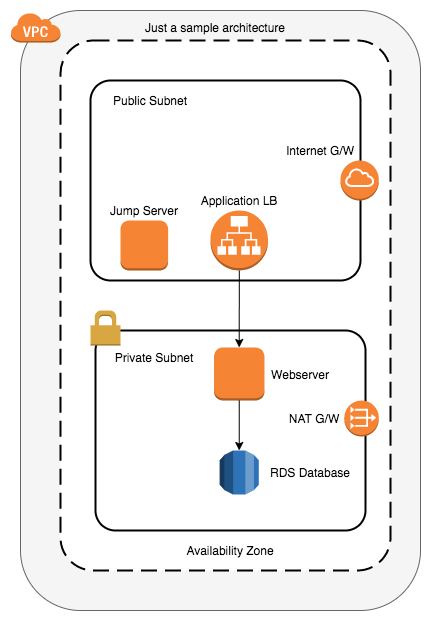
rohanpurekar/this-is-cloudformation keeps this draw.io diagram as sample-cf.png. Above is the earlier version. Source tidied: cells renumbered, new cells last; positions are measured from the earlier drawing's top-left corner, leaving out a move shared by most shapes. Its diagram source:
```xml
<mxGraphModel>
  <root>
    <mxCell id="0" />
    <mxCell id="1" parent="0" />
    <mxCell id="2" style="rounded=1;whiteSpace=wrap;html=1;fillColor=#f5f5f5;strokeColor=#666666;fontColor=#333333;" parent="1" vertex="1">
      <mxGeometry x="10" width="400" height="600" as="geometry" />
    </mxCell>
    <mxCell id="3" style="dashed=0;verticalLabelPosition=bottom;verticalAlign=top;align=center;html=1;shape=mxgraph.aws3.virtual_private_cloud;fillColor=#F58534;gradientColor=none;" parent="1" vertex="1">
      <mxGeometry y="2" width="50" height="30" as="geometry" />
    </mxCell>
    <mxCell id="4" style="rounded=1;arcSize=10;dashed=1;dashPattern=8 4;strokeWidth=2;" parent="1" vertex="1">
      <mxGeometry x="50" y="30" width="330" height="530" as="geometry" />
    </mxCell>
    <mxCell id="5" value="Availability Zone" style="text;html=1;strokeColor=none;fillColor=none;align=center;verticalAlign=middle;whiteSpace=wrap;rounded=0;" parent="1" vertex="1">
      <mxGeometry x="120" y="530" width="200" height="20" as="geometry" />
    </mxCell>
    <mxCell id="6" style="rounded=1;arcSize=10;dashed=0;fillColor=none;gradientColor=none;strokeWidth=2;" parent="1" vertex="1">
      <mxGeometry x="80" y="70" width="270" height="200" as="geometry" />
    </mxCell>
    <mxCell id="7" style="rounded=1;arcSize=10;dashed=0;fillColor=none;gradientColor=none;strokeWidth=2;" parent="1" vertex="1">
      <mxGeometry x="85" y="320" width="270" height="200" as="geometry" />
    </mxCell>
    <mxCell id="8" style="dashed=0;html=1;shape=mxgraph.aws3.permissions;fillColor=#D9A741;gradientColor=none;dashed=0;" parent="1" vertex="1">
      <mxGeometry x="80" y="300" width="30" height="35" as="geometry" />
    </mxCell>
    <mxCell id="9" style="outlineConnect=0;dashed=0;verticalLabelPosition=bottom;verticalAlign=top;align=center;html=1;shape=mxgraph.aws3.internet_gateway;fillColor=#F58534;gradientColor=none;" parent="1" vertex="1">
      <mxGeometry x="330" y="150" width="38.3" height="40" as="geometry" />
    </mxCell>
    <mxCell id="10" style="dashed=0;verticalLabelPosition=bottom;verticalAlign=top;align=center;html=1;shape=mxgraph.aws3.vpc_nat_gateway;fillColor=#F58534;gradientColor=none;" parent="1" vertex="1">
      <mxGeometry x="333.8" y="390" width="34.5" height="36" as="geometry" />
    </mxCell>
    <mxCell id="11" style="edgeStyle=orthogonalEdgeStyle;rounded=0;jettySize=auto;html=1;entryX=0.5;entryY=0;entryDx=0;entryDy=0;entryPerimeter=0;" parent="1" edge="1" source="12" target="15">
      <mxGeometry relative="1" as="geometry" />
    </mxCell>
    <mxCell id="12" style="outlineConnect=0;dashed=0;verticalLabelPosition=bottom;verticalAlign=top;align=center;html=1;shape=mxgraph.aws3.application_load_balancer;fillColor=#F58534;gradientColor=none;" parent="1" vertex="1">
      <mxGeometry x="200" y="200" width="57.5" height="60" as="geometry" />
    </mxCell>
    <mxCell id="13" style="dashed=0;verticalLabelPosition=bottom;verticalAlign=top;align=center;html=1;shape=mxgraph.aws3.instance;fillColor=#F58534;gradientColor=none;" parent="1" vertex="1">
      <mxGeometry x="110" y="210" width="47.6" height="50" as="geometry" />
    </mxCell>
    <mxCell id="14" style="edgeStyle=orthogonalEdgeStyle;rounded=0;jettySize=auto;html=1;" parent="1" edge="1" source="15" target="16">
      <mxGeometry relative="1" as="geometry" />
    </mxCell>
    <mxCell id="15" style="outlineConnect=0;dashed=0;verticalLabelPosition=bottom;verticalAlign=top;align=center;html=1;shape=mxgraph.aws3.instance;fillColor=#F58534;gradientColor=none;" parent="1" vertex="1">
      <mxGeometry x="203.5" y="337" width="50.5" height="53" as="geometry" />
    </mxCell>
    <mxCell id="16" style="outlineConnect=0;dashed=0;verticalLabelPosition=bottom;verticalAlign=top;align=center;html=1;shape=mxgraph.aws3.rds;fillColor=#2E73B8;gradientColor=none;" parent="1" vertex="1">
      <mxGeometry x="209.2" y="440" width="39.1" height="44" as="geometry" />
    </mxCell>
    <mxCell id="17" value="Public Subnet" style="text;html=1;strokeColor=none;fillColor=none;align=center;verticalAlign=middle;whiteSpace=wrap;rounded=0;" parent="1" vertex="1">
      <mxGeometry x="80" y="80" width="120" height="20" as="geometry" />
    </mxCell>
    <mxCell id="18" value="Private Subnet" style="text;html=1;strokeColor=none;fillColor=none;align=center;verticalAlign=middle;whiteSpace=wrap;rounded=0;" parent="1" vertex="1">
      <mxGeometry x="83.5" y="337" width="120" height="20" as="geometry" />
    </mxCell>
    <mxCell id="19" value="Webserver" style="text;html=1;strokeColor=none;fillColor=none;align=center;verticalAlign=middle;whiteSpace=wrap;rounded=0;" parent="1" vertex="1">
      <mxGeometry x="230" y="353.5" width="120" height="20" as="geometry" />
    </mxCell>
    <mxCell id="20" value="RDS Database" style="text;html=1;strokeColor=none;fillColor=none;align=center;verticalAlign=middle;whiteSpace=wrap;rounded=0;" parent="1" vertex="1">
      <mxGeometry x="240" y="452" width="120" height="20" as="geometry" />
    </mxCell>
    <mxCell id="21" value="Jump Server" style="text;html=1;strokeColor=none;fillColor=none;align=center;verticalAlign=middle;whiteSpace=wrap;rounded=0;" parent="1" vertex="1">
      <mxGeometry x="73.8" y="190" width="120" height="20" as="geometry" />
    </mxCell>
    <mxCell id="22" value="Application LB" style="text;html=1;strokeColor=none;fillColor=none;align=center;verticalAlign=middle;whiteSpace=wrap;rounded=0;" parent="1" vertex="1">
      <mxGeometry x="168.8" y="180" width="120" height="20" as="geometry" />
    </mxCell>
    <mxCell id="23" value="NAT G/W" style="text;html=1;strokeColor=none;fillColor=none;align=center;verticalAlign=middle;whiteSpace=wrap;rounded=0;" parent="1" vertex="1">
      <mxGeometry x="273.8" y="398" width="60" height="20" as="geometry" />
    </mxCell>
    <mxCell id="24" value="Internet G/W" style="text;html=1;strokeColor=none;fillColor=none;align=center;verticalAlign=middle;whiteSpace=wrap;rounded=0;" parent="1" vertex="1">
      <mxGeometry x="270" y="130" width="80" height="20" as="geometry" />
    </mxCell>
    <mxCell id="25" value="Just a sample architecture" style="text;html=1;strokeColor=none;fillColor=none;align=center;verticalAlign=middle;whiteSpace=wrap;rounded=0;" parent="1" vertex="1">
      <mxGeometry x="130" y="7" width="150" height="20" as="geometry" />
    </mxCell>
  </root>
</mxGraphModel>
```
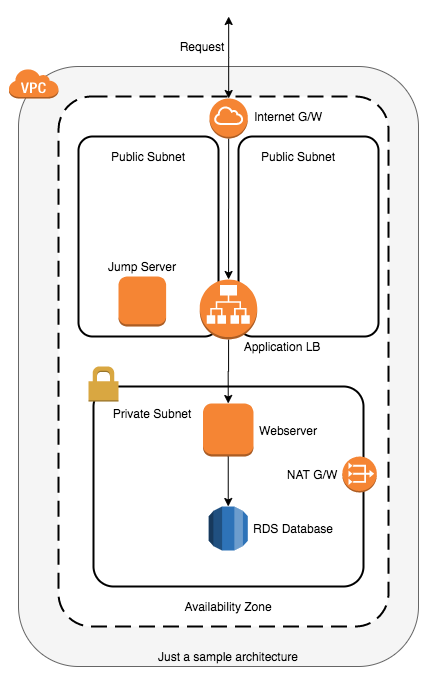
The same file after the commit.

Commit message:
Added a new architecture image according to the CF Stack

The edit, as a diff of the source:
```diff
@@ -15,7 +15,7 @@
       <mxGeometry x="120" y="530" width="200" height="20" as="geometry" />
     </mxCell>
     <mxCell id="6" style="rounded=1;arcSize=10;dashed=0;fillColor=none;gradientColor=none;strokeWidth=2;" parent="1" vertex="1">
-      <mxGeometry x="80" y="70" width="270" height="200" as="geometry" />
+      <mxGeometry x="70" y="70" width="140" height="200" as="geometry" />
     </mxCell>
     <mxCell id="7" style="rounded=1;arcSize=10;dashed=0;fillColor=none;gradientColor=none;strokeWidth=2;" parent="1" vertex="1">
       <mxGeometry x="85" y="320" width="270" height="200" as="geometry" />
@@ -23,8 +23,16 @@
     <mxCell id="8" style="dashed=0;html=1;shape=mxgraph.aws3.permissions;fillColor=#D9A741;gradientColor=none;dashed=0;" parent="1" vertex="1">
       <mxGeometry x="80" y="300" width="30" height="35" as="geometry" />
     </mxCell>
+    <mxCell id="26" style="edgeStyle=orthogonalEdgeStyle;rounded=0;jettySize=auto;html=1;" parent="1" edge="1" source="9" target="12">
+      <mxGeometry relative="1" as="geometry" />
+    </mxCell>
+    <mxCell id="27" style="edgeStyle=orthogonalEdgeStyle;rounded=0;jettySize=auto;html=1;startArrow=classic;startFill=1;" parent="1" edge="1" source="9">
+      <mxGeometry relative="1" as="geometry">
+        <mxPoint x="220.2" y="-50" as="targetPoint" />
+      </mxGeometry>
+    </mxCell>
     <mxCell id="9" style="outlineConnect=0;dashed=0;verticalLabelPosition=bottom;verticalAlign=top;align=center;html=1;shape=mxgraph.aws3.internet_gateway;fillColor=#F58534;gradientColor=none;" parent="1" vertex="1">
-      <mxGeometry x="330" y="150" width="38.3" height="40" as="geometry" />
+      <mxGeometry x="201" y="32" width="38.3" height="40" as="geometry" />
     </mxCell>
     <mxCell id="10" style="dashed=0;verticalLabelPosition=bottom;verticalAlign=top;align=center;html=1;shape=mxgraph.aws3.vpc_nat_gateway;fillColor=#F58534;gradientColor=none;" parent="1" vertex="1">
       <mxGeometry x="333.8" y="390" width="34.5" height="36" as="geometry" />
@@ -32,9 +40,6 @@
     <mxCell id="11" style="edgeStyle=orthogonalEdgeStyle;rounded=0;jettySize=auto;html=1;entryX=0.5;entryY=0;entryDx=0;entryDy=0;entryPerimeter=0;" parent="1" edge="1" source="12" target="15">
       <mxGeometry relative="1" as="geometry" />
     </mxCell>
-    <mxCell id="12" style="outlineConnect=0;dashed=0;verticalLabelPosition=bottom;verticalAlign=top;align=center;html=1;shape=mxgraph.aws3.application_load_balancer;fillColor=#F58534;gradientColor=none;" parent="1" vertex="1">
-      <mxGeometry x="200" y="200" width="57.5" height="60" as="geometry" />
-    </mxCell>
     <mxCell id="13" style="dashed=0;verticalLabelPosition=bottom;verticalAlign=top;align=center;html=1;shape=mxgraph.aws3.instance;fillColor=#F58534;gradientColor=none;" parent="1" vertex="1">
       <mxGeometry x="110" y="210" width="47.6" height="50" as="geometry" />
     </mxCell>
@@ -42,10 +47,10 @@
       <mxGeometry relative="1" as="geometry" />
     </mxCell>
     <mxCell id="15" style="outlineConnect=0;dashed=0;verticalLabelPosition=bottom;verticalAlign=top;align=center;html=1;shape=mxgraph.aws3.instance;fillColor=#F58534;gradientColor=none;" parent="1" vertex="1">
-      <mxGeometry x="203.5" y="337" width="50.5" height="53" as="geometry" />
+      <mxGeometry x="194.5" y="337" width="50.5" height="53" as="geometry" />
     </mxCell>
     <mxCell id="16" style="outlineConnect=0;dashed=0;verticalLabelPosition=bottom;verticalAlign=top;align=center;html=1;shape=mxgraph.aws3.rds;fillColor=#2E73B8;gradientColor=none;" parent="1" vertex="1">
-      <mxGeometry x="209.2" y="440" width="39.1" height="44" as="geometry" />
+      <mxGeometry x="200.2" y="440" width="39.1" height="44" as="geometry" />
     </mxCell>
     <mxCell id="17" value="Public Subnet" style="text;html=1;strokeColor=none;fillColor=none;align=center;verticalAlign=middle;whiteSpace=wrap;rounded=0;" parent="1" vertex="1">
       <mxGeometry x="80" y="80" width="120" height="20" as="geometry" />
@@ -54,25 +59,37 @@
       <mxGeometry x="83.5" y="337" width="120" height="20" as="geometry" />
     </mxCell>
     <mxCell id="19" value="Webserver" style="text;html=1;strokeColor=none;fillColor=none;align=center;verticalAlign=middle;whiteSpace=wrap;rounded=0;" parent="1" vertex="1">
-      <mxGeometry x="230" y="353.5" width="120" height="20" as="geometry" />
+      <mxGeometry x="240" y="353.5" width="80" height="20" as="geometry" />
     </mxCell>
     <mxCell id="20" value="RDS Database" style="text;html=1;strokeColor=none;fillColor=none;align=center;verticalAlign=middle;whiteSpace=wrap;rounded=0;" parent="1" vertex="1">
-      <mxGeometry x="240" y="452" width="120" height="20" as="geometry" />
+      <mxGeometry x="225" y="452" width="120" height="20" as="geometry" />
     </mxCell>
     <mxCell id="21" value="Jump Server" style="text;html=1;strokeColor=none;fillColor=none;align=center;verticalAlign=middle;whiteSpace=wrap;rounded=0;" parent="1" vertex="1">
       <mxGeometry x="73.8" y="190" width="120" height="20" as="geometry" />
     </mxCell>
     <mxCell id="22" value="Application LB" style="text;html=1;strokeColor=none;fillColor=none;align=center;verticalAlign=middle;whiteSpace=wrap;rounded=0;" parent="1" vertex="1">
-      <mxGeometry x="168.8" y="180" width="120" height="20" as="geometry" />
+      <mxGeometry x="213.8" y="270" width="120" height="20" as="geometry" />
     </mxCell>
     <mxCell id="23" value="NAT G/W" style="text;html=1;strokeColor=none;fillColor=none;align=center;verticalAlign=middle;whiteSpace=wrap;rounded=0;" parent="1" vertex="1">
       <mxGeometry x="273.8" y="398" width="60" height="20" as="geometry" />
     </mxCell>
     <mxCell id="24" value="Internet G/W" style="text;html=1;strokeColor=none;fillColor=none;align=center;verticalAlign=middle;whiteSpace=wrap;rounded=0;" parent="1" vertex="1">
-      <mxGeometry x="270" y="130" width="80" height="20" as="geometry" />
+      <mxGeometry x="240" y="40" width="80" height="20" as="geometry" />
     </mxCell>
     <mxCell id="25" value="Just a sample architecture" style="text;html=1;strokeColor=none;fillColor=none;align=center;verticalAlign=middle;whiteSpace=wrap;rounded=0;" parent="1" vertex="1">
-      <mxGeometry x="130" y="7" width="150" height="20" as="geometry" />
+      <mxGeometry x="145" y="580" width="150" height="20" as="geometry" />
     </mxCell>
+    <mxCell id="28" style="rounded=1;arcSize=10;dashed=0;fillColor=none;gradientColor=none;strokeWidth=2;" parent="1" vertex="1">
+      <mxGeometry x="230" y="70" width="140" height="200" as="geometry" />
+    </mxCell>
+    <mxCell id="12" style="outlineConnect=0;dashed=0;verticalLabelPosition=bottom;verticalAlign=top;align=center;html=1;shape=mxgraph.aws3.application_load_balancer;fillColor=#F58534;gradientColor=none;" parent="1" vertex="1">
+      <mxGeometry x="191.2" y="213" width="57.5" height="60" as="geometry" />
+    </mxCell>
+    <mxCell id="29" value="Public Subnet" style="text;html=1;strokeColor=none;fillColor=none;align=center;verticalAlign=middle;whiteSpace=wrap;rounded=0;" parent="1" vertex="1">
+      <mxGeometry x="230" y="80" width="120" height="20" as="geometry" />
+    </mxCell>
+    <mxCell id="30" value="Request" style="text;html=1;strokeColor=none;fillColor=none;align=center;verticalAlign=middle;whiteSpace=wrap;rounded=0;" parent="1" vertex="1">
+      <mxGeometry x="148" y="-30" width="92" height="20" as="geometry" />
+    </mxCell>
   </root>
 </mxGraphModel>
```
